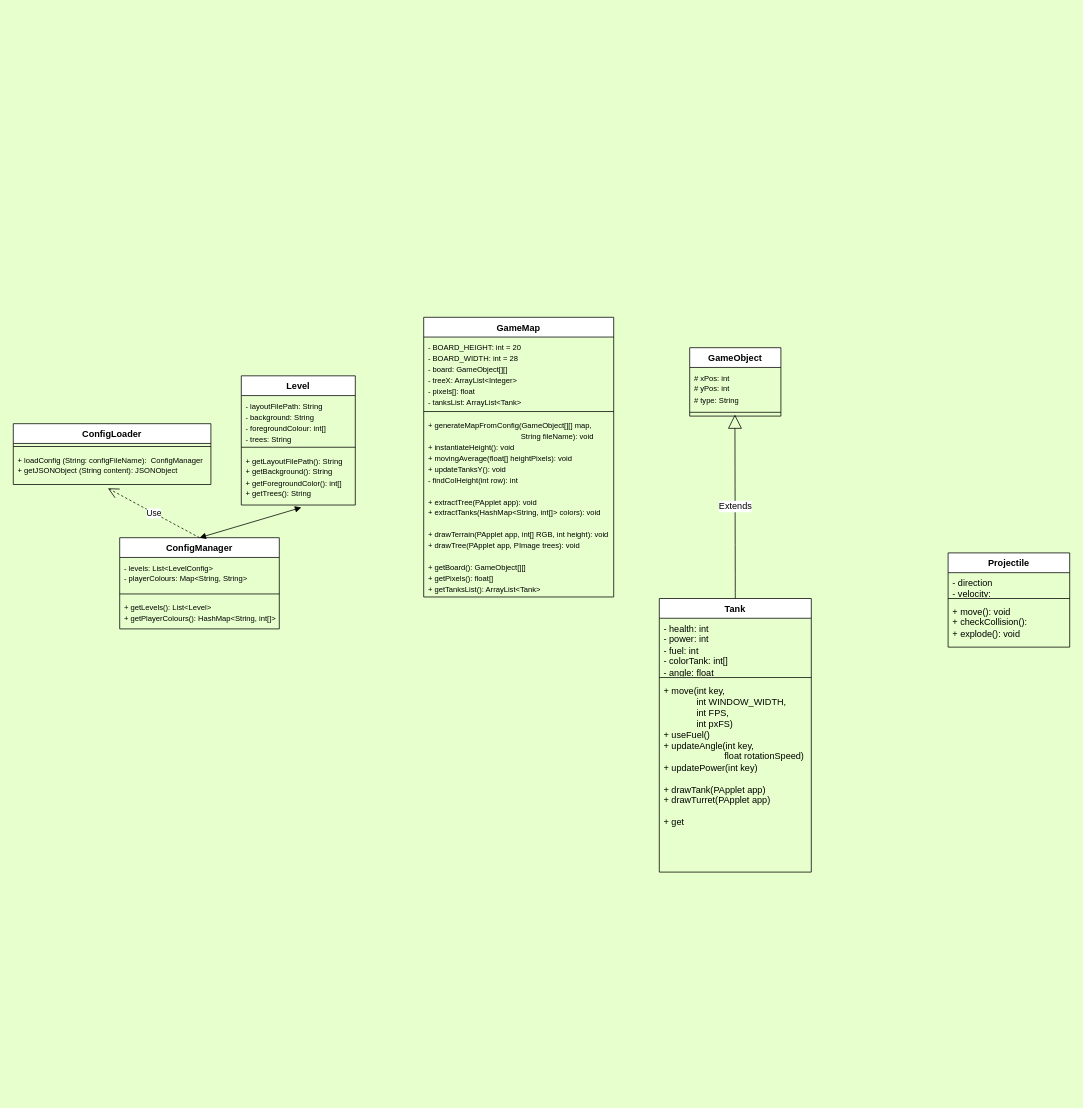
Earlier version of the draw.io diagram Tanks Layout.drawio (NguyenChHieu/Tanks). Source tidied: cells renumbered, new cells numbered last; positions are measured from the earlier drawing's top-left corner, leaving out a move shared by most shapes. Both pictures are drawn from the tidied source at 76%, with x=0, y=0 at pixel (13, 317).
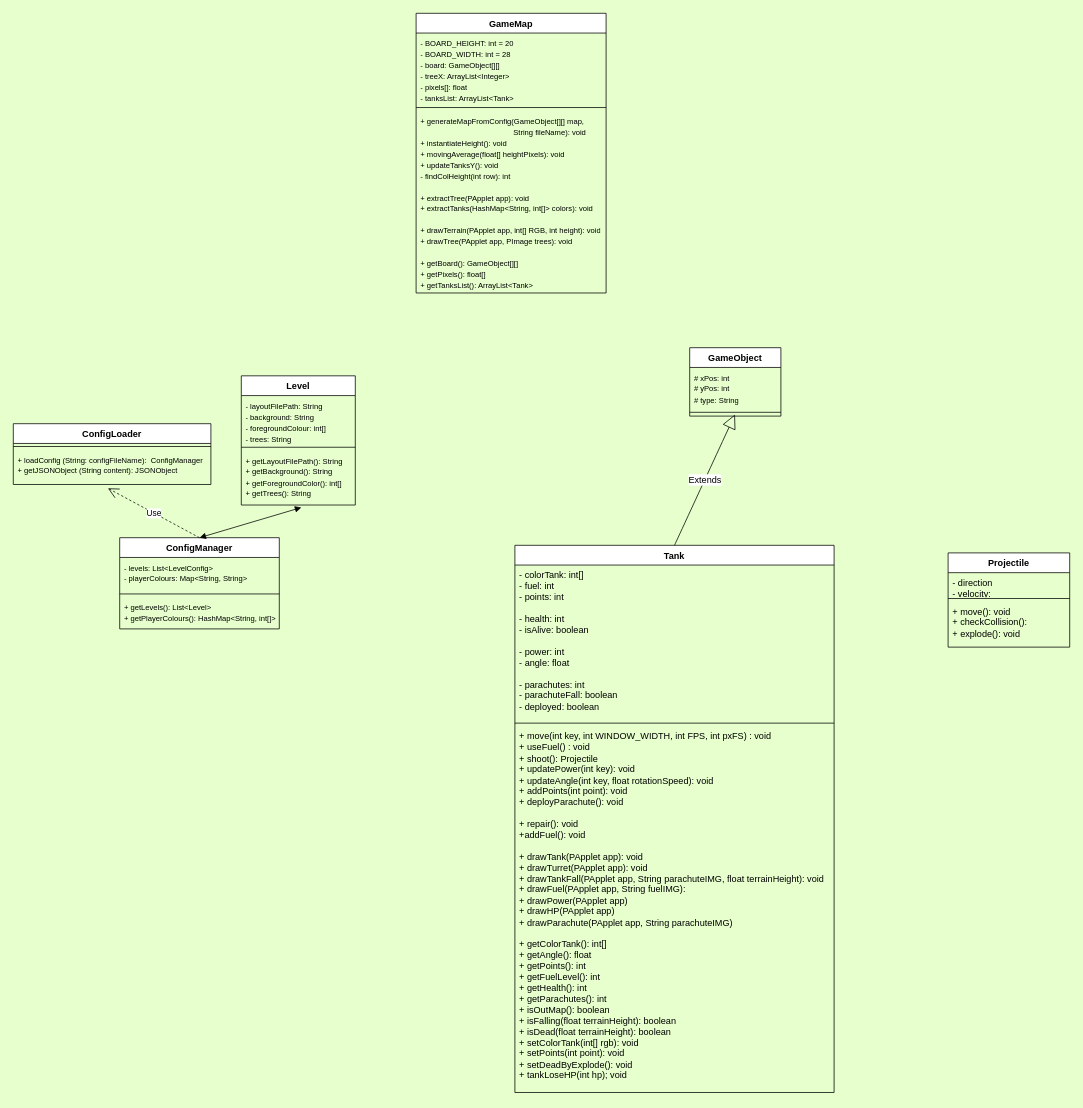
The same diagram, later.

Change to the diagram source:
```diff
@@
     <mxCell id="2" value="Tank" style="swimlane;fontStyle=1;align=center;verticalAlign=top;horizontal=1;startSize=26;whiteSpace=wrap;html=1;" parent="1" vertex="1">
-      <mxGeometry x="850" y="370" width="200" height="360" as="geometry" />
+      <mxGeometry x="660" y="300" width="420" height="720" as="geometry" />
     </mxCell>
-    <mxCell id="3" value="- health: int&lt;div&gt;- power: int&lt;/div&gt;&lt;div&gt;- fuel: int&lt;/div&gt;&lt;div&gt;&lt;span style=&quot;background-color: initial;&quot;&gt;- colorTank: int[]&lt;/span&gt;&lt;br&gt;&lt;/div&gt;&lt;div&gt;&lt;span style=&quot;background-color: initial;&quot;&gt;- angle: float&lt;/span&gt;&lt;/div&gt;&lt;div&gt;&lt;br&gt;&lt;/div&gt;" style="text;strokeColor=none;fillColor=none;align=left;verticalAlign=top;spacingLeft=4;spacingRight=4;overflow=hidden;whiteSpace=wrap;html=1;" parent="2" vertex="1">
-      <mxGeometry y="26" width="200" height="74" as="geometry" />
+    <mxCell id="3" value="&lt;div&gt;- colorTank: int[]&lt;/div&gt;&lt;div&gt;- fuel: int&lt;/div&gt;&lt;div&gt;- points: int&lt;/div&gt;&lt;div&gt;&lt;br&gt;&lt;/div&gt;&lt;div&gt;- health: int&lt;/div&gt;&lt;div&gt;- isAlive: boolean&lt;/div&gt;&lt;div&gt;&lt;br&gt;&lt;/div&gt;&lt;div&gt;- power: int&lt;/div&gt;&lt;div&gt;- angle: float&lt;/div&gt;&lt;div&gt;&lt;br&gt;&lt;/div&gt;&lt;div&gt;- parachutes: int&lt;/div&gt;&lt;div&gt;- parachuteFall: boolean&lt;/div&gt;&lt;div&gt;- deployed: boolean&lt;/div&gt;" style="text;strokeColor=none;fillColor=none;align=left;verticalAlign=top;spacingLeft=4;spacingRight=4;overflow=hidden;whiteSpace=wrap;html=1;" parent="2" vertex="1">
+      <mxGeometry y="26" width="420" height="204" as="geometry" />
     </mxCell>
     <mxCell id="4" style="line;strokeWidth=1;fillColor=none;align=left;verticalAlign=middle;spacingTop=-1;spacingLeft=3;spacingRight=3;labelPosition=right;strokeColor=inherit;" parent="2" vertex="1">
-      <mxGeometry y="100" width="200" height="8" as="geometry" />
+      <mxGeometry y="230" width="420" height="8" as="geometry" />
     </mxCell>
-    <mxCell id="5" value="&lt;font style=&quot;font-size: 12px;&quot;&gt;+ &lt;font style=&quot;&quot;&gt;move(int key,&amp;nbsp;&lt;/font&gt;&lt;/font&gt;&lt;div&gt;&lt;font style=&quot;font-size: 12px;&quot;&gt;&lt;font style=&quot;&quot;&gt;&lt;span style=&quot;white-space: pre;&quot;&gt;&#9;&lt;/span&gt;&amp;nbsp; &amp;nbsp; &amp;nbsp;int WINDOW_WIDTH,&lt;/font&gt;&lt;/font&gt;&lt;/div&gt;&lt;div&gt;&lt;span style=&quot;background-color: initial;&quot;&gt;&lt;span style=&quot;white-space: pre;&quot;&gt;&#9;&lt;/span&gt;&amp;nbsp; &amp;nbsp; &amp;nbsp;int FPS,&amp;nbsp;&lt;/span&gt;&lt;/div&gt;&lt;div&gt;&lt;span style=&quot;background-color: initial;&quot;&gt;&lt;span style=&quot;white-space: pre;&quot;&gt;&#9;&lt;/span&gt;&amp;nbsp; &amp;nbsp; &amp;nbsp;int pxFS)&amp;nbsp;&lt;/span&gt;&lt;/div&gt;&lt;div&gt;&lt;div&gt;+ useFuel()&lt;/div&gt;&lt;div&gt;+ updateAngle(int key,&amp;nbsp;&lt;/div&gt;&lt;div&gt;&lt;span style=&quot;white-space: pre;&quot;&gt;&#9;&lt;/span&gt;&lt;span style=&quot;white-space: pre;&quot;&gt;&#9;&lt;/span&gt;&lt;span style=&quot;white-space: pre;&quot;&gt;&#9;&lt;/span&gt;float rotationSpeed)&lt;/div&gt;&lt;div&gt;+ updatePower(int key)&lt;/div&gt;&lt;div&gt;&lt;br&gt;&lt;/div&gt;&lt;div&gt;+ drawTank(PApplet app)&lt;/div&gt;&lt;/div&gt;&lt;div&gt;+ drawTurret(PApplet app)&lt;/div&gt;&lt;div&gt;&lt;br&gt;&lt;/div&gt;&lt;div&gt;+ get&lt;/div&gt;" style="text;strokeColor=none;fillColor=none;align=left;verticalAlign=top;spacingLeft=4;spacingRight=4;overflow=hidden;whiteSpace=wrap;html=1;" parent="2" vertex="1">
-      <mxGeometry y="108" width="200" height="252" as="geometry" />
+    <mxCell id="5" value="&lt;font style=&quot;font-size: 12px;&quot;&gt;+ &lt;font style=&quot;&quot;&gt;move(int key,&amp;nbsp;&lt;/font&gt;&lt;/font&gt;&lt;span style=&quot;background-color: initial;&quot;&gt;int WINDOW_WIDTH,&amp;nbsp;&lt;/span&gt;&lt;span style=&quot;background-color: initial;&quot;&gt;int FPS,&amp;nbsp;&lt;/span&gt;&lt;span style=&quot;background-color: initial;&quot;&gt;int pxFS) : void&lt;/span&gt;&lt;div&gt;&lt;div&gt;+ useFuel() : void&lt;/div&gt;&lt;div&gt;+ shoot(): Projectile&lt;/div&gt;&lt;div&gt;&lt;div&gt;+ updatePower(int key): void&lt;/div&gt;&lt;/div&gt;&lt;div&gt;+ updateAngle(int key,&amp;nbsp;&lt;span style=&quot;background-color: initial;&quot;&gt;float rotationSpeed): void&lt;/span&gt;&lt;/div&gt;&lt;div&gt;+ addPoints(int point): void&lt;/div&gt;&lt;div&gt;+ deployParachute(): void&lt;/div&gt;&lt;div&gt;&lt;br&gt;&lt;/div&gt;&lt;div&gt;+ repair(): void&lt;/div&gt;&lt;div&gt;+addFuel(): void&lt;/div&gt;&lt;div&gt;&lt;br&gt;&lt;/div&gt;&lt;div&gt;+ drawTank(PApplet app): void&lt;/div&gt;&lt;/div&gt;&lt;div&gt;+ drawTurret(PApplet app): void&lt;/div&gt;&lt;div&gt;+ drawTankFall(PApplet app,&amp;nbsp;&lt;span style=&quot;background-color: initial;&quot;&gt;String parachuteIMG,&amp;nbsp;&lt;/span&gt;&lt;span style=&quot;background-color: initial;&quot;&gt;float terrainHeight): void&lt;/span&gt;&lt;/div&gt;&lt;div&gt;+ drawFuel(PApplet app,&amp;nbsp;&lt;span style=&quot;background-color: initial;&quot;&gt;String fuelIMG):&amp;nbsp;&lt;/span&gt;&lt;/div&gt;&lt;div&gt;+ drawPower(PApplet app)&lt;/div&gt;&lt;div&gt;+ drawHP(PApplet app)&lt;/div&gt;&lt;div&gt;+ drawParachute(PApplet app, String&amp;nbsp;&lt;span style=&quot;background-color: initial;&quot;&gt;parachuteIMG&lt;/span&gt;&lt;span style=&quot;background-color: initial;&quot;&gt;)&lt;/span&gt;&lt;/div&gt;&lt;div&gt;&lt;br&gt;&lt;/div&gt;&lt;div&gt;+ getColorTank(): int[]&lt;/div&gt;&lt;div&gt;+ getAngle(): float&lt;/div&gt;&lt;div&gt;+ getPoints(): int&lt;/div&gt;&lt;div&gt;+ getFuelLevel(): int&lt;/div&gt;&lt;div&gt;+ getHealth(): int&lt;/div&gt;&lt;div&gt;+ getParachutes(): int&lt;/div&gt;&lt;div&gt;+ isOutMap(): boolean&lt;/div&gt;&lt;div&gt;+ isFalling(float terrainHeight): boolean&lt;/div&gt;&lt;div&gt;+ isDead(&lt;span style=&quot;background-color: initial;&quot;&gt;float terrainHeight&lt;/span&gt;&lt;span style=&quot;background-color: initial;&quot;&gt;): boolean&lt;/span&gt;&lt;/div&gt;&lt;div&gt;+ setColorTank(int[] rgb): void&lt;/div&gt;&lt;div&gt;+ setPoints(int point): void&lt;/div&gt;&lt;div&gt;+ setDeadByExplode(): void&lt;/div&gt;&lt;div&gt;+ tankLoseHP(int hp); void&lt;/div&gt;&lt;div&gt;&lt;br&gt;&lt;/div&gt;" style="text;strokeColor=none;fillColor=none;align=left;verticalAlign=top;spacingLeft=4;spacingRight=4;overflow=hidden;whiteSpace=wrap;html=1;" parent="2" vertex="1">
+      <mxGeometry y="238" width="420" height="482" as="geometry" />
     </mxCell>
@@
     <mxCell id="18" value="GameMap" style="swimlane;fontStyle=1;align=center;verticalAlign=top;horizontal=1;startSize=26;whiteSpace=wrap;html=1;" parent="1" vertex="1">
-      <mxGeometry x="540" width="250" height="368" as="geometry" />
+      <mxGeometry x="530" y="-400" width="250" height="368" as="geometry" />
     </mxCell>
```
